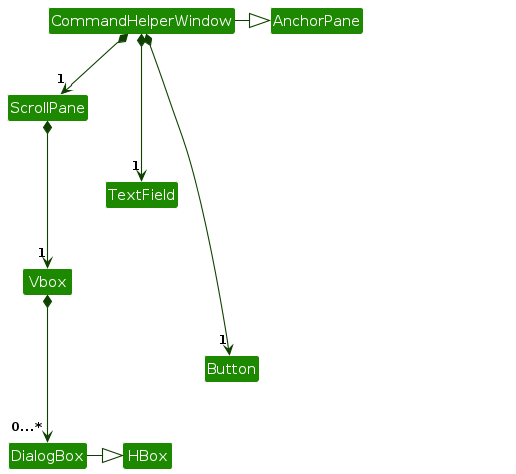
Earlier version of the PlantUML export diagrams/CommandHelperWindowClassDiagram.png (smolegz/tp). Its source is kept beside it as diagrams/CommandHelperWindowClassDiagram.puml.
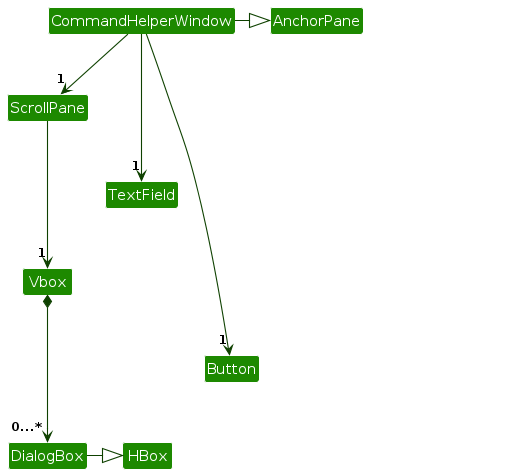
After the commit.

Change to the diagram source:
```diff
@@ -9,10 +9,10 @@
 
 
 CommandHelperWindow -right-|> AnchorPane
-CommandHelperWindow *-down-> "1" ScrollPane
-CommandHelperWindow *--down-> "1" TextField
-CommandHelperWindow *----down-> "1" Button
-ScrollPane *--down-> "1" Vbox
+CommandHelperWindow -down-> "1" ScrollPane
+CommandHelperWindow --down-> "1" TextField
+CommandHelperWindow ----down-> "1" Button
+ScrollPane --down-> "1" Vbox
 Vbox *--down-> "0...*" DialogBox
 DialogBox -right-|> HBox
 
```
